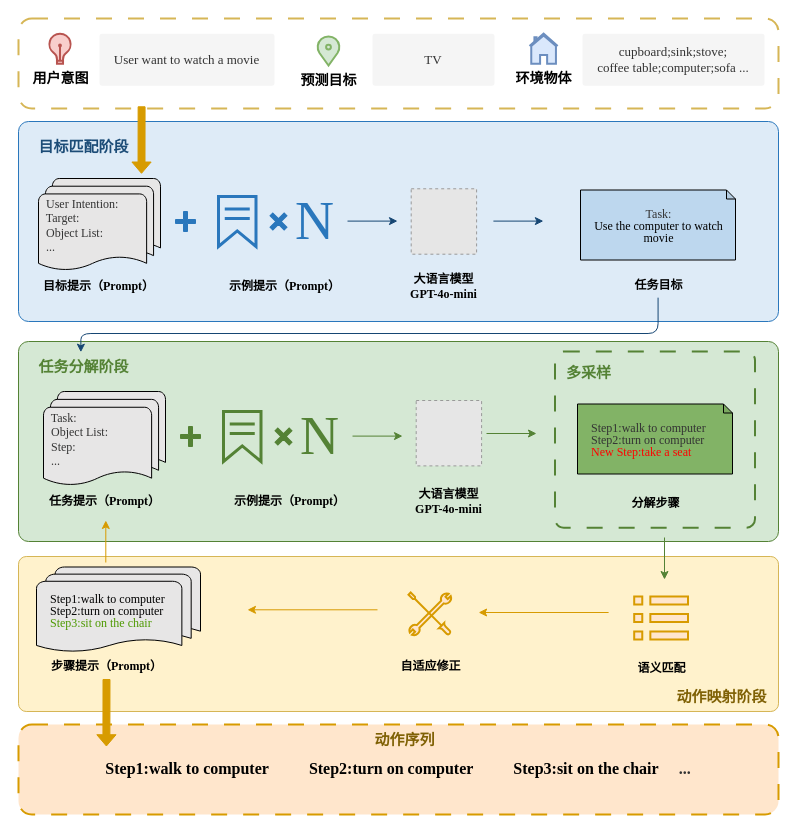
Before: 多阶段转化的动作自适应方法.drawio in Rinco1018/project_test, a draw.io diagram. Source tidied: cells renumbered, new cells numbered last; positions are measured from the earlier drawing's top-left corner, leaving out a move shared by most shapes. Both pictures are drawn from the tidied source at 100%, with x=0, y=0 at pixel (18, 18). Pictures stored in the file or linked from it are replaced by grey dashed boxes.
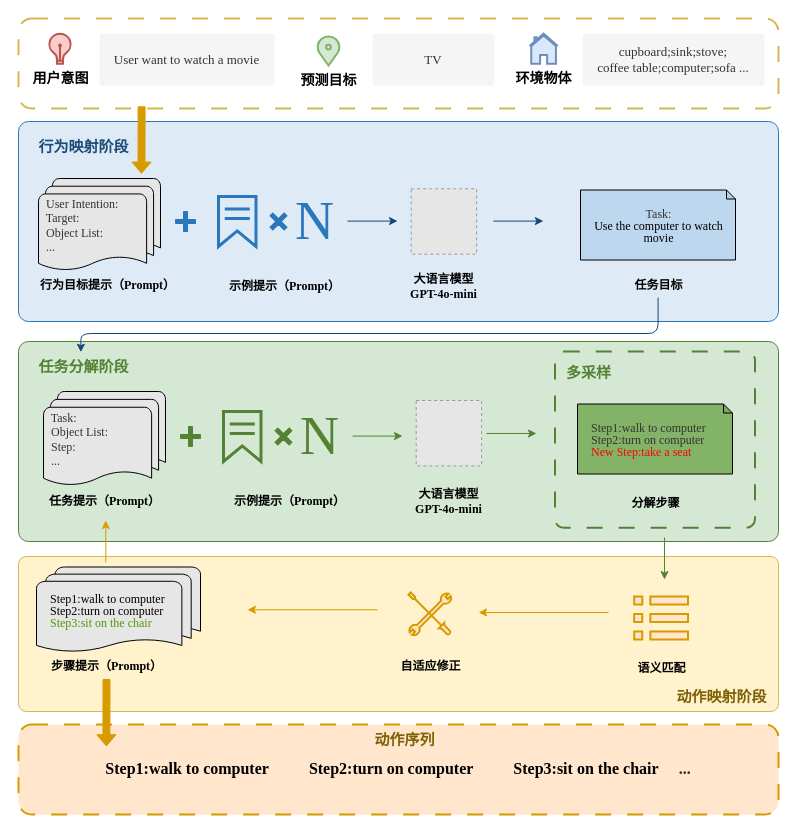
The same page after the edit.

Commit message:
更新多阶段转化的动作自适应方法.drawio

The change refers to these unchanged cells:
```xml
<mxCell id="6" style="rounded=1;arcSize=5;whiteSpace=wrap;html=1;fillColor=light-dark(#deebf7, #1d293b);strokeColor=light-dark(#2a77bc, #5c79a3);" parent="1" vertex="1">
  <mxGeometry y="103" width="760" height="200" as="geometry" />
</mxCell>
```

The edit, as a diff of the source:
```diff
@@
+    <mxCell id="25" value="&lt;b&gt;&lt;font face=&quot;Times New Roman&quot;&gt;行为目标提示（Prompt）&lt;/font&gt;&lt;/b&gt;" style="text;html=1;align=center;verticalAlign=middle;strokeColor=none;fillColor=none;" parent="6" vertex="1">
+      <mxGeometry x="12" y="151" width="153" height="26" as="geometry" />
+    </mxCell>
@@
-    <mxCell id="20" value="&lt;font face=&quot;Times New Roman&quot;&gt;&lt;span style=&quot;font-size: 15px;&quot;&gt;目标匹配阶段&lt;/span&gt;&lt;/font&gt;" style="text;html=1;align=center;verticalAlign=middle;strokeColor=none;fillColor=none;fontColor=light-dark(#1c4c77, #a1cdf9);fontStyle=1;" parent="1" vertex="1">
-      <mxGeometry x="10" y="113" width="110" height="30" as="geometry" />
+    <mxCell id="20" value="&lt;font face=&quot;Times New Roman&quot;&gt;&lt;span style=&quot;font-size: 15px;&quot;&gt;行为映射阶段&lt;/span&gt;&lt;/font&gt;" style="text;html=1;align=center;verticalAlign=middle;strokeColor=none;fillColor=none;fontColor=light-dark(#1c4c77, #a1cdf9);fontStyle=1;" parent="1" vertex="1">
+      <mxGeometry x="11" y="113" width="108" height="30" as="geometry" />
     </mxCell>
@@
     <mxCell id="24" style="group;align=left;" parent="1" vertex="1">
-      <mxGeometry x="30" y="143" width="115.5" height="145" as="geometry" />
+      <mxGeometry x="30" y="143" width="127" height="145" as="geometry" />
     </mxCell>
-    <mxCell id="25" value="&lt;b&gt;&lt;font face=&quot;Times New Roman&quot;&gt;目标提示（Prompt）&lt;/font&gt;&lt;/b&gt;" style="text;html=1;align=center;verticalAlign=middle;strokeColor=none;fillColor=none;" parent="24" vertex="1">
-      <mxGeometry x="-15" y="110" width="130" height="30" as="geometry" />
-    </mxCell>
```
